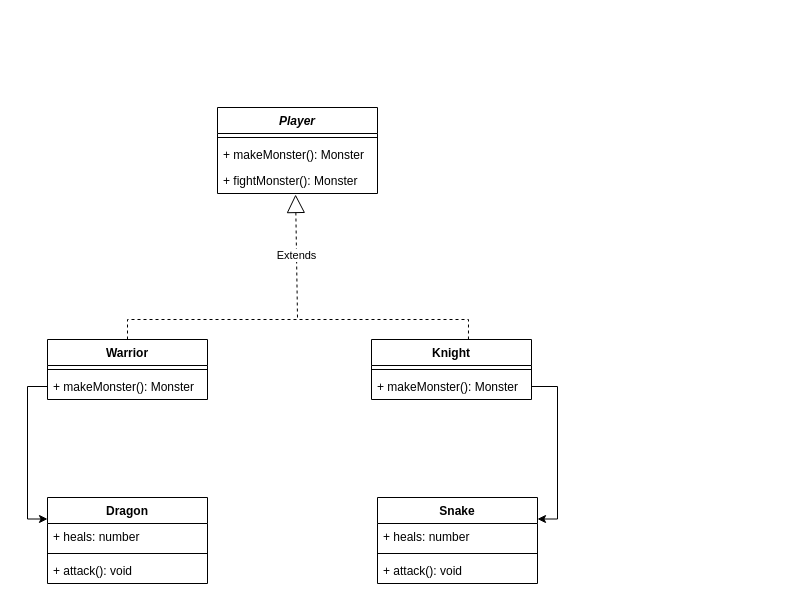
Olanondel/patterns keeps this draw.io diagram as creational/#2_factoryMethod/factoryMethod.drawio. Above is the earlier version. Source tidied: cells renumbered, new cells numbered last; positions are measured from the earlier drawing's top-left corner, leaving out a move shared by most shapes. Both pictures are drawn from the tidied source at 100%, with x=0, y=0 at pixel (47, 107).
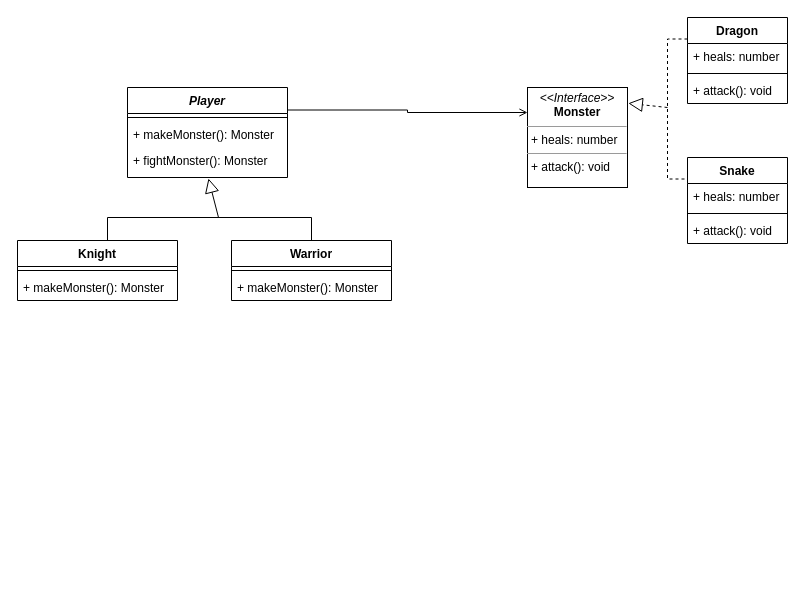
Above is the later version.

The edit, as a diff of the source:
```diff
@@
-    <mxCell id="2" style="group;" parent="1" vertex="1">
-      <mxGeometry width="484" height="292" as="geometry" />
-    </mxCell>
+    <mxCell id="25" style="edgeStyle=orthogonalEdgeStyle;rounded=0;jettySize=auto;html=1;exitX=0;exitY=0.25;exitDx=0;exitDy=0;entryX=0;entryY=0.25;entryDx=0;entryDy=0;endArrow=none;endFill=0;dashed=1;" parent="1" edge="1" source="15" target="19">
+      <mxGeometry relative="1" as="geometry">
+        <Array as="points">
+          <mxPoint x="620" y="-68" />
+          <mxPoint x="620" y="72" />
+        </Array>
+      </mxGeometry>
+    </mxCell>
+    <mxCell id="15" value="Dragon" style="swimlane;fontStyle=1;align=center;verticalAlign=top;horizontal=1;startSize=26;" parent="1" vertex="1">
+      <mxGeometry x="640" y="-90" width="100" height="86" as="geometry" />
+    </mxCell>
+    <mxCell id="26" value="+ heals: number" style="text;strokeColor=none;fillColor=none;align=left;verticalAlign=top;spacingLeft=4;spacingRight=4;overflow=hidden;" parent="15" vertex="1">
+      <mxGeometry y="26" width="100" height="26" as="geometry" />
+    </mxCell>
+    <mxCell id="27" style="line;strokeWidth=1;fillColor=none;align=left;verticalAlign=middle;spacingTop=-1;spacingLeft=3;spacingRight=3;labelPosition=right;" parent="15" vertex="1">
+      <mxGeometry y="52" width="100" height="8" as="geometry" />
+    </mxCell>
+    <mxCell id="28" value="+ attack(): void" style="text;strokeColor=none;fillColor=none;align=left;verticalAlign=top;spacingLeft=4;spacingRight=4;overflow=hidden;" parent="15" vertex="1">
+      <mxGeometry y="60" width="100" height="26" as="geometry" />
+    </mxCell>
+    <mxCell id="19" value="Snake" style="swimlane;fontStyle=1;align=center;verticalAlign=top;horizontal=1;startSize=26;" parent="1" vertex="1">
+      <mxGeometry x="640" y="50" width="100" height="86" as="geometry" />
+    </mxCell>
+    <mxCell id="29" value="+ heals: number" style="text;strokeColor=none;fillColor=none;align=left;verticalAlign=top;spacingLeft=4;spacingRight=4;overflow=hidden;" parent="19" vertex="1">
+      <mxGeometry y="26" width="100" height="26" as="geometry" />
+    </mxCell>
+    <mxCell id="30" style="line;strokeWidth=1;fillColor=none;align=left;verticalAlign=middle;spacingTop=-1;spacingLeft=3;spacingRight=3;labelPosition=right;" parent="19" vertex="1">
+      <mxGeometry y="52" width="100" height="8" as="geometry" />
+    </mxCell>
+    <mxCell id="31" value="+ attack(): void" style="text;strokeColor=none;fillColor=none;align=left;verticalAlign=top;spacingLeft=4;spacingRight=4;overflow=hidden;" parent="19" vertex="1">
+      <mxGeometry y="60" width="100" height="26" as="geometry" />
+    </mxCell>
+    <mxCell id="32" style="edgeStyle=orthogonalEdgeStyle;rounded=0;jettySize=auto;html=1;exitX=1;exitY=0.25;exitDx=0;exitDy=0;entryX=0;entryY=0.25;entryDx=0;entryDy=0;endArrow=open;endFill=0;" parent="1" edge="1" source="3" target="40">
+      <mxGeometry relative="1" as="geometry" />
+    </mxCell>
-    <mxCell id="3" value="Player" style="swimlane;fontStyle=3;align=center;verticalAlign=top;horizontal=1;startSize=26;" parent="2" vertex="1">
-      <mxGeometry x="170" width="160" height="86" as="geometry" />
+    <mxCell id="3" value="Player" style="swimlane;fontStyle=3;align=center;verticalAlign=top;horizontal=1;startSize=26;" parent="1" vertex="1">
+      <mxGeometry x="80" y="-20" width="160" height="90" as="geometry" />
     </mxCell>
-    <mxCell id="4" style="line;strokeWidth=1;fillColor=none;align=left;verticalAlign=middle;spacingTop=-1;spacingLeft=3;spacingRight=3;labelPosition=right;" parent="3" vertex="1">
-      <mxGeometry y="26" width="160" height="8" as="geometry" />
-    </mxCell>
-    <mxCell id="5" value="+ makeMonster(): Monster" style="text;strokeColor=none;fillColor=none;align=left;verticalAlign=top;spacingLeft=4;spacingRight=4;overflow=hidden;" parent="3" vertex="1">
-      <mxGeometry y="34" width="160" height="26" as="geometry" />
-    </mxCell>
+    <mxCell id="33" style="line;strokeWidth=1;fillColor=none;align=left;verticalAlign=middle;spacingTop=-1;spacingLeft=3;spacingRight=3;labelPosition=right;" parent="3" vertex="1">
+      <mxGeometry y="26" width="160" height="8" as="geometry" />
+    </mxCell>
+    <mxCell id="34" value="+ makeMonster(): Monster" style="text;strokeColor=none;fillColor=none;align=left;verticalAlign=top;spacingLeft=4;spacingRight=4;overflow=hidden;" parent="3" vertex="1">
+      <mxGeometry y="34" width="160" height="26" as="geometry" />
+    </mxCell>
     <mxCell id="6" value="+ fightMonster(): Monster" style="text;strokeColor=none;fillColor=none;align=left;verticalAlign=top;spacingLeft=4;spacingRight=4;overflow=hidden;points=[[0,0.5],[1,0.5]];portConstraint=eastwest;" parent="3" vertex="1">
-      <mxGeometry y="60" width="160" height="26" as="geometry" />
+      <mxGeometry y="60" width="160" height="30" as="geometry" />
     </mxCell>
-    <mxCell id="7" value="Warrior" style="swimlane;fontStyle=1;align=center;verticalAlign=top;horizontal=1;startSize=26;" parent="2" vertex="1">
-      <mxGeometry y="232" width="160" height="60" as="geometry" />
+    <mxCell id="7" value="Warrior" style="swimlane;fontStyle=1;align=center;verticalAlign=top;horizontal=1;startSize=26;" parent="1" vertex="1">
+      <mxGeometry x="184" y="133" width="160" height="60" as="geometry" />
     </mxCell>
-    <mxCell id="8" style="line;strokeWidth=1;fillColor=none;align=left;verticalAlign=middle;spacingTop=-1;spacingLeft=3;spacingRight=3;labelPosition=right;" parent="7" vertex="1">
-      <mxGeometry y="26" width="160" height="8" as="geometry" />
-    </mxCell>
-    <mxCell id="9" value="+ makeMonster(): Monster" style="text;strokeColor=none;fillColor=none;align=left;verticalAlign=top;spacingLeft=4;spacingRight=4;overflow=hidden;points=[[0,0.5],[1,0.5]];portConstraint=eastwest;" parent="7" vertex="1">
-      <mxGeometry y="34" width="160" height="26" as="geometry" />
-    </mxCell>
+    <mxCell id="35" style="line;strokeWidth=1;fillColor=none;align=left;verticalAlign=middle;spacingTop=-1;spacingLeft=3;spacingRight=3;labelPosition=right;" parent="7" vertex="1">
+      <mxGeometry y="26" width="160" height="8" as="geometry" />
+    </mxCell>
+    <mxCell id="36" value="+ makeMonster(): Monster" style="text;strokeColor=none;fillColor=none;align=left;verticalAlign=top;spacingLeft=4;spacingRight=4;overflow=hidden;" parent="7" vertex="1">
+      <mxGeometry y="34" width="160" height="26" as="geometry" />
+    </mxCell>
+    <mxCell id="37" style="edgeStyle=orthogonalEdgeStyle;rounded=0;jettySize=auto;html=1;exitX=0.5;exitY=0;exitDx=0;exitDy=0;entryX=0.5;entryY=0;entryDx=0;entryDy=0;endArrow=none;endFill=0;" parent="1" edge="1" source="10" target="7">
+      <mxGeometry relative="1" as="geometry">
+        <Array as="points">
+          <mxPoint x="60" y="110" />
+          <mxPoint x="264" y="110" />
+        </Array>
+      </mxGeometry>
+    </mxCell>
-    <mxCell id="10" value="Knight" style="swimlane;fontStyle=1;align=center;verticalAlign=top;horizontal=1;startSize=26;" parent="2" vertex="1">
-      <mxGeometry x="324" y="232" width="160" height="60" as="geometry" />
+    <mxCell id="10" value="Knight" style="swimlane;fontStyle=1;align=center;verticalAlign=top;horizontal=1;startSize=26;" parent="1" vertex="1">
+      <mxGeometry x="-30" y="133" width="160" height="60" as="geometry" />
     </mxCell>
-    <mxCell id="11" style="line;strokeWidth=1;fillColor=none;align=left;verticalAlign=middle;spacingTop=-1;spacingLeft=3;spacingRight=3;labelPosition=right;" parent="10" vertex="1">
-      <mxGeometry y="26" width="160" height="8" as="geometry" />
-    </mxCell>
-    <mxCell id="12" value="+ makeMonster(): Monster" style="text;strokeColor=none;fillColor=none;align=left;verticalAlign=top;spacingLeft=4;spacingRight=4;overflow=hidden;points=[[0,0.5],[1,0.5]];portConstraint=eastwest;" parent="10" vertex="1">
-      <mxGeometry y="34" width="160" height="26" as="geometry" />
-    </mxCell>
-    <mxCell id="13" style="edgeStyle=orthogonalEdgeStyle;rounded=0;jettySize=auto;html=1;exitX=0.5;exitY=0;exitDx=0;exitDy=0;entryX=0.606;entryY=0;entryDx=0;entryDy=0;entryPerimeter=0;endArrow=none;endFill=0;dashed=1;" parent="2" edge="1" source="7" target="10">
-      <mxGeometry relative="1" as="geometry" />
-    </mxCell>
-    <mxCell id="14" value="Extends" style="endArrow=block;endSize=16;endFill=0;html=1;dashed=1;entryX=0.488;entryY=1.038;entryDx=0;entryDy=0;entryPerimeter=0;" parent="2" edge="1" target="6">
-      <mxGeometry relative="1" as="geometry">
-        <mxPoint x="250" y="210" as="sourcePoint" />
-      </mxGeometry>
-    </mxCell>
-    <mxCell id="15" value="Dragon" style="swimlane;fontStyle=1;align=center;verticalAlign=top;horizontal=1;startSize=26;" parent="1" vertex="1">
-      <mxGeometry y="390" width="160" height="86" as="geometry" />
-    </mxCell>
-    <mxCell id="16" value="+ heals: number" style="text;strokeColor=none;fillColor=none;align=left;verticalAlign=top;spacingLeft=4;spacingRight=4;overflow=hidden;" parent="15" vertex="1">
-      <mxGeometry y="26" width="160" height="26" as="geometry" />
-    </mxCell>
-    <mxCell id="17" style="line;strokeWidth=1;fillColor=none;align=left;verticalAlign=middle;spacingTop=-1;spacingLeft=3;spacingRight=3;labelPosition=right;" parent="15" vertex="1">
-      <mxGeometry y="52" width="160" height="8" as="geometry" />
-    </mxCell>
-    <mxCell id="18" value="+ attack(): void" style="text;strokeColor=none;fillColor=none;align=left;verticalAlign=top;spacingLeft=4;spacingRight=4;overflow=hidden;" parent="15" vertex="1">
-      <mxGeometry y="60" width="160" height="26" as="geometry" />
-    </mxCell>
-    <mxCell id="19" value="Snake" style="swimlane;fontStyle=1;align=center;verticalAlign=top;horizontal=1;startSize=26;" parent="1" vertex="1">
-      <mxGeometry x="330" y="390" width="160" height="86" as="geometry" />
-    </mxCell>
-    <mxCell id="20" value="+ heals: number" style="text;strokeColor=none;fillColor=none;align=left;verticalAlign=top;spacingLeft=4;spacingRight=4;overflow=hidden;" parent="19" vertex="1">
-      <mxGeometry y="26" width="160" height="26" as="geometry" />
-    </mxCell>
-    <mxCell id="21" style="line;strokeWidth=1;fillColor=none;align=left;verticalAlign=middle;spacingTop=-1;spacingLeft=3;spacingRight=3;labelPosition=right;" parent="19" vertex="1">
-      <mxGeometry y="52" width="160" height="8" as="geometry" />
-    </mxCell>
-    <mxCell id="22" value="+ attack(): void" style="text;strokeColor=none;fillColor=none;align=left;verticalAlign=top;spacingLeft=4;spacingRight=4;overflow=hidden;" parent="19" vertex="1">
-      <mxGeometry y="60" width="160" height="26" as="geometry" />
-    </mxCell>
-    <mxCell id="23" style="edgeStyle=orthogonalEdgeStyle;rounded=0;jettySize=auto;html=1;exitX=0;exitY=0.5;exitDx=0;exitDy=0;entryX=0;entryY=0.25;entryDx=0;entryDy=0;endArrow=classic;endFill=1;" parent="1" edge="1" source="9" target="15">
-      <mxGeometry relative="1" as="geometry" />
-    </mxCell>
-    <mxCell id="24" style="edgeStyle=orthogonalEdgeStyle;rounded=0;jettySize=auto;html=1;exitX=1;exitY=0.5;exitDx=0;exitDy=0;entryX=1;entryY=0.25;entryDx=0;entryDy=0;endArrow=classic;endFill=1;" parent="1" edge="1" source="12" target="19">
-      <mxGeometry relative="1" as="geometry" />
-    </mxCell>
+    <mxCell id="38" style="line;strokeWidth=1;fillColor=none;align=left;verticalAlign=middle;spacingTop=-1;spacingLeft=3;spacingRight=3;labelPosition=right;" parent="10" vertex="1">
+      <mxGeometry y="26" width="160" height="8" as="geometry" />
+    </mxCell>
+    <mxCell id="39" value="+ makeMonster(): Monster" style="text;strokeColor=none;fillColor=none;align=left;verticalAlign=top;spacingLeft=4;spacingRight=4;overflow=hidden;" parent="10" vertex="1">
+      <mxGeometry y="34" width="160" height="26" as="geometry" />
+    </mxCell>
+    <mxCell id="40" value="&lt;p style=&quot;margin: 0px ; margin-top: 4px ; text-align: center&quot;&gt;&lt;i&gt;&amp;lt;&amp;lt;Interface&amp;gt;&amp;gt;&lt;/i&gt;&lt;br&gt;&lt;b&gt;Monster&lt;/b&gt;&lt;/p&gt;&lt;hr size=&quot;1&quot;&gt;&lt;p style=&quot;margin: 0px ; margin-left: 4px&quot;&gt;+ heals: number&lt;/p&gt;&lt;hr size=&quot;1&quot;&gt;&lt;p style=&quot;margin: 0px ; margin-left: 4px&quot;&gt;+ attack(): void&lt;br&gt;&lt;/p&gt;" style="verticalAlign=top;align=left;overflow=fill;fontSize=12;fontFamily=Helvetica;html=1;" parent="1" vertex="1">
+      <mxGeometry x="480" y="-20" width="100" height="100" as="geometry" />
+    </mxCell>
+    <mxCell id="41" style="endArrow=block;endFill=0;endSize=12;html=1;entryX=0.506;entryY=1.033;entryDx=0;entryDy=0;entryPerimeter=0;" parent="1" edge="1" target="6">
+      <mxGeometry relative="1" as="geometry">
+        <mxPoint x="171" y="110" as="sourcePoint" />
+      </mxGeometry>
+    </mxCell>
+    <mxCell id="42" style="endArrow=block;dashed=1;endFill=0;endSize=12;html=1;entryX=1.008;entryY=0.158;entryDx=0;entryDy=0;entryPerimeter=0;" parent="1" edge="1" target="40">
+      <mxGeometry relative="1" as="geometry">
+        <mxPoint x="620" as="sourcePoint" />
+      </mxGeometry>
+    </mxCell>
```
